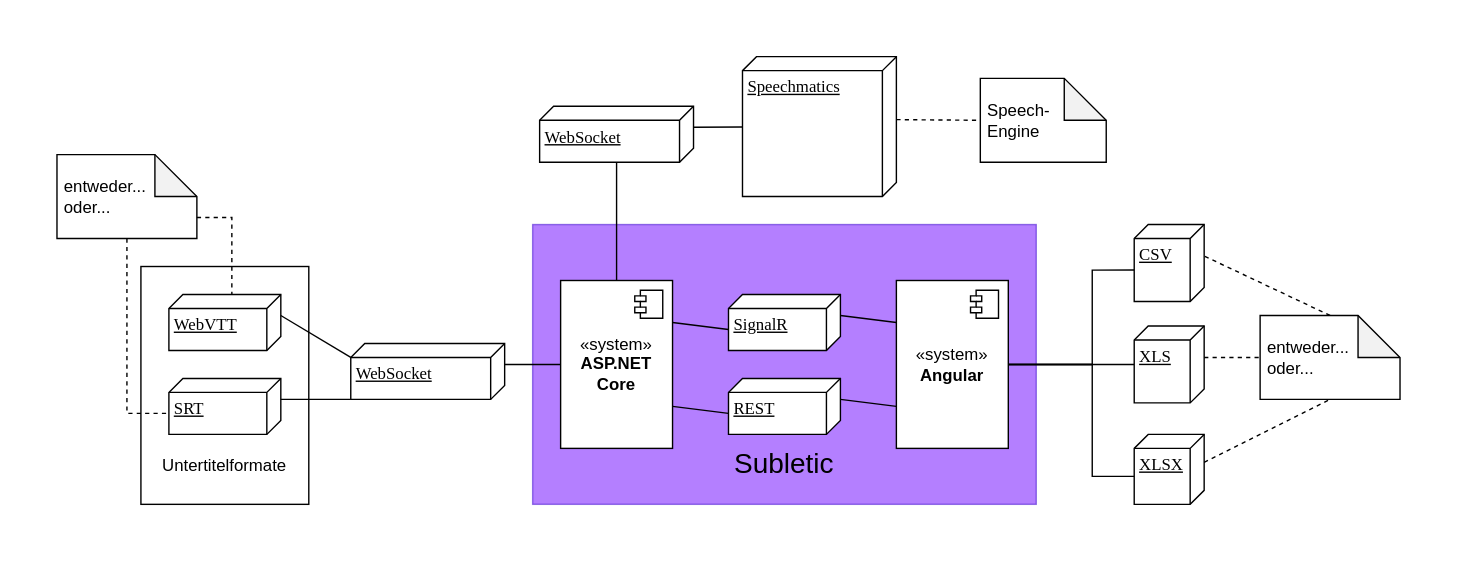
This is TechnicalDocumentation/arc42/img/TechnischerKontext.drawio.svg from Subletic/Documentation, a draw.io export, as it was before one commit. Source tidied: cells renumbered, new cells last; positions are measured from the earlier drawing's top-left corner, leaving out a move shared by most shapes.
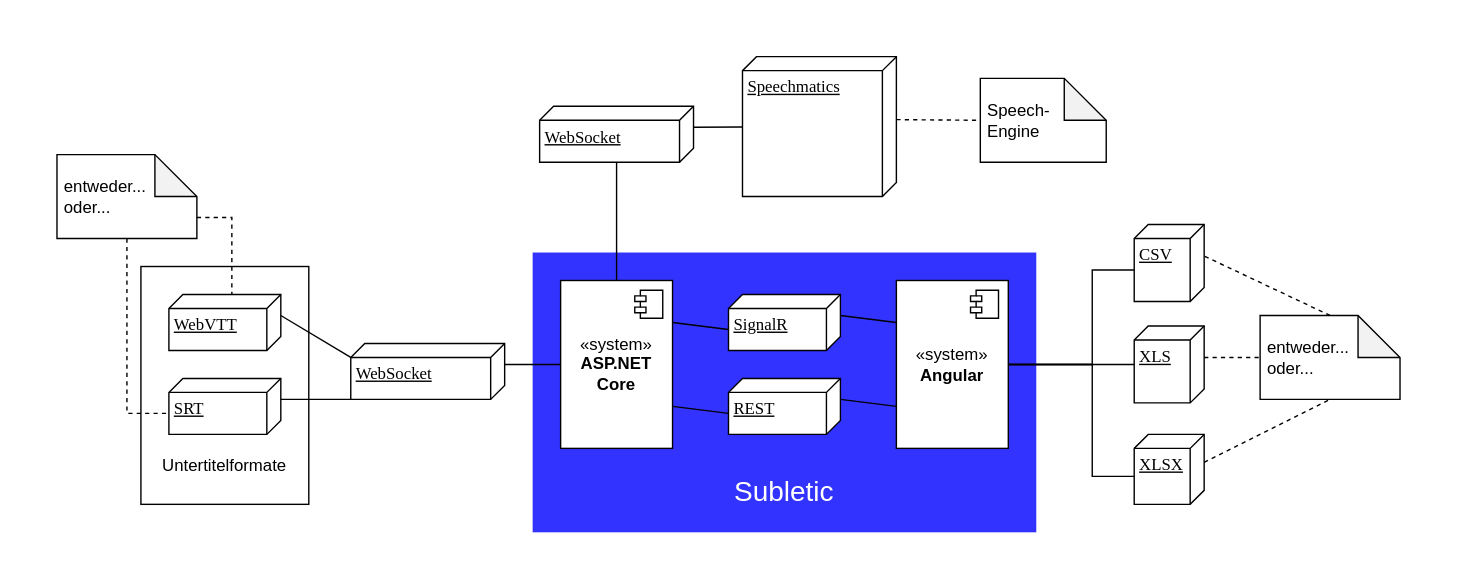
The same diagram one commit later.

Diff of the diagram source:
```diff
@@ -5,15 +5,9 @@
     <mxCell id="2" style="rounded=0;whiteSpace=wrap;html=1;strokeColor=#FFFFFF;" parent="1" vertex="1">
       <mxGeometry width="1040" height="400" as="geometry" />
     </mxCell>
-    <mxCell id="3" style="group;" parent="1" vertex="1">
-      <mxGeometry x="380" y="160" width="360" height="200" as="geometry" />
-    </mxCell>
-    <mxCell id="4" style="rounded=0;whiteSpace=wrap;html=1;fillColor=#6a00ff;strokeColor=#3700CC;fontColor=#ffffff;opacity=50;" parent="3" vertex="1">
-      <mxGeometry width="360" height="200" as="geometry" />
+    <mxCell id="4" style="rounded=0;whiteSpace=wrap;html=1;fillColor=#3333FF;strokeColor=none;fontColor=#ffffff;" parent="1" vertex="1">
+      <mxGeometry x="380" y="180" width="360" height="200" as="geometry" />
     </mxCell>
-    <mxCell id="5" value="Subletic" style="text;html=1;strokeColor=none;fillColor=none;align=center;verticalAlign=middle;whiteSpace=wrap;rounded=0;fontSize=20;" parent="3" vertex="1">
-      <mxGeometry x="151.8" y="156.5" width="56.5" height="26.1" as="geometry" />
-    </mxCell>
     <mxCell id="6" value="&lt;div&gt;&lt;br&gt;&lt;/div&gt;&lt;div&gt;&lt;br&gt;&lt;/div&gt;&lt;div&gt;&lt;br&gt;&lt;/div&gt;&lt;div&gt;&lt;br&gt;&lt;/div&gt;&lt;div&gt;&lt;br&gt;&lt;/div&gt;&lt;div&gt;&lt;br&gt;&lt;/div&gt;&lt;div&gt;&lt;br&gt;&lt;/div&gt;&lt;div&gt;&lt;br&gt;&lt;/div&gt;&lt;div&gt;Untertitelformate&lt;/div&gt;" style="rounded=0;whiteSpace=wrap;html=1;" parent="1" vertex="1">
       <mxGeometry x="100" y="190" width="120" height="170" as="geometry" />
     </mxCell>
@@ -139,5 +133,8 @@
     <mxCell id="42" style="rounded=0;jettySize=auto;html=1;entryX=0.5;entryY=1;entryDx=0;entryDy=0;entryPerimeter=0;endArrow=none;endFill=0;dashed=1;exitX=0;exitY=0;exitDx=20;exitDy=0;exitPerimeter=0;" parent="1" edge="1" source="36" target="39">
       <mxGeometry relative="1" as="geometry" />
     </mxCell>
+    <mxCell id="5" value="Subletic" style="text;html=1;strokeColor=none;fillColor=none;align=center;verticalAlign=middle;whiteSpace=wrap;rounded=0;fontSize=20;fontColor=#FFFFFF;" parent="1" vertex="1">
+      <mxGeometry x="531.8" y="336.5" width="56.5" height="26.1" as="geometry" />
+    </mxCell>
   </root>
 </mxGraphModel>
```
